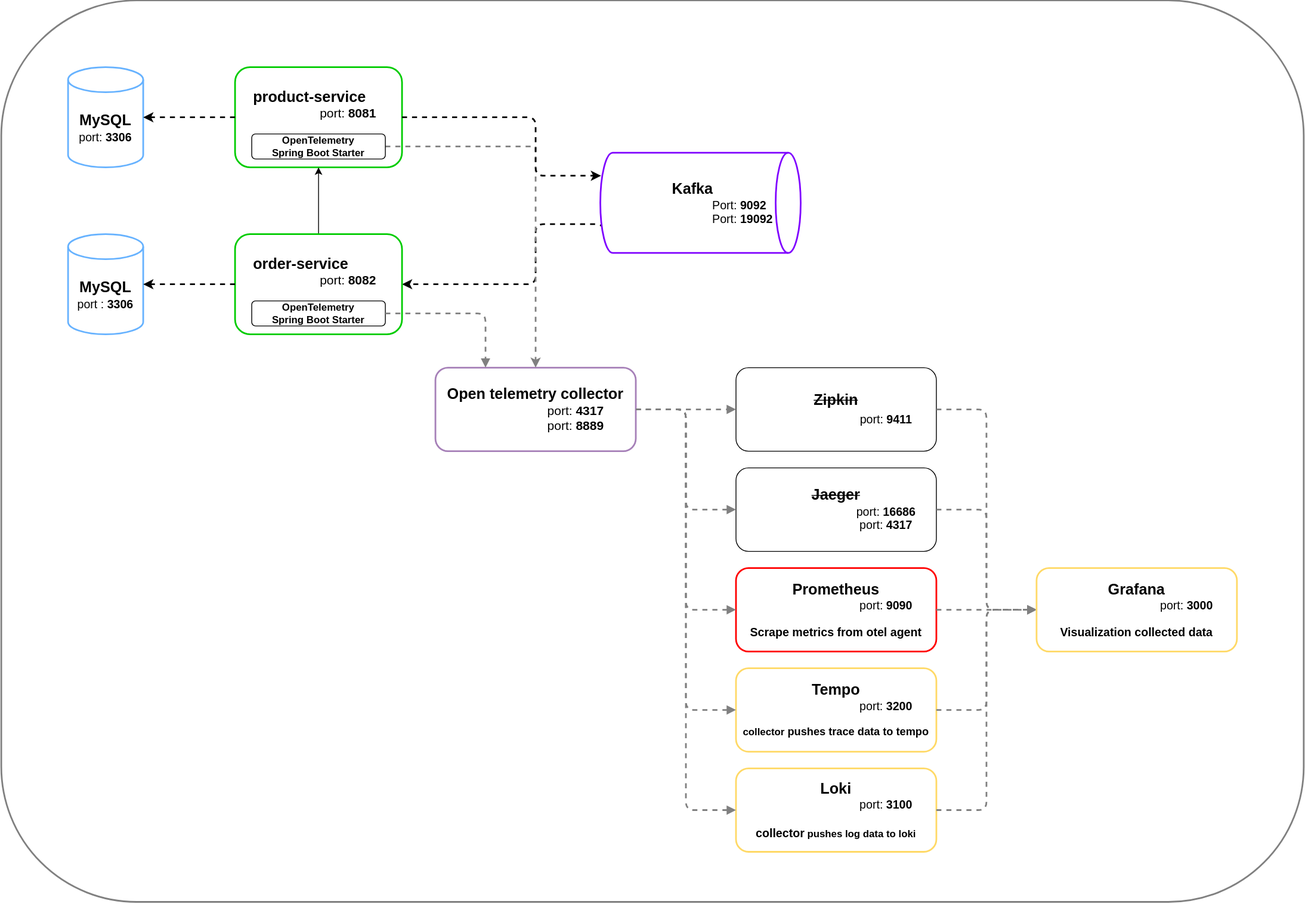
Earlier version of the draw.io export docs/diagram/diagram.svg (re-mora/spring-otel-tutorial). Source tidied: cells renumbered, new cells last; positions are measured from the earlier drawing's top-left corner, leaving out a move shared by most shapes.
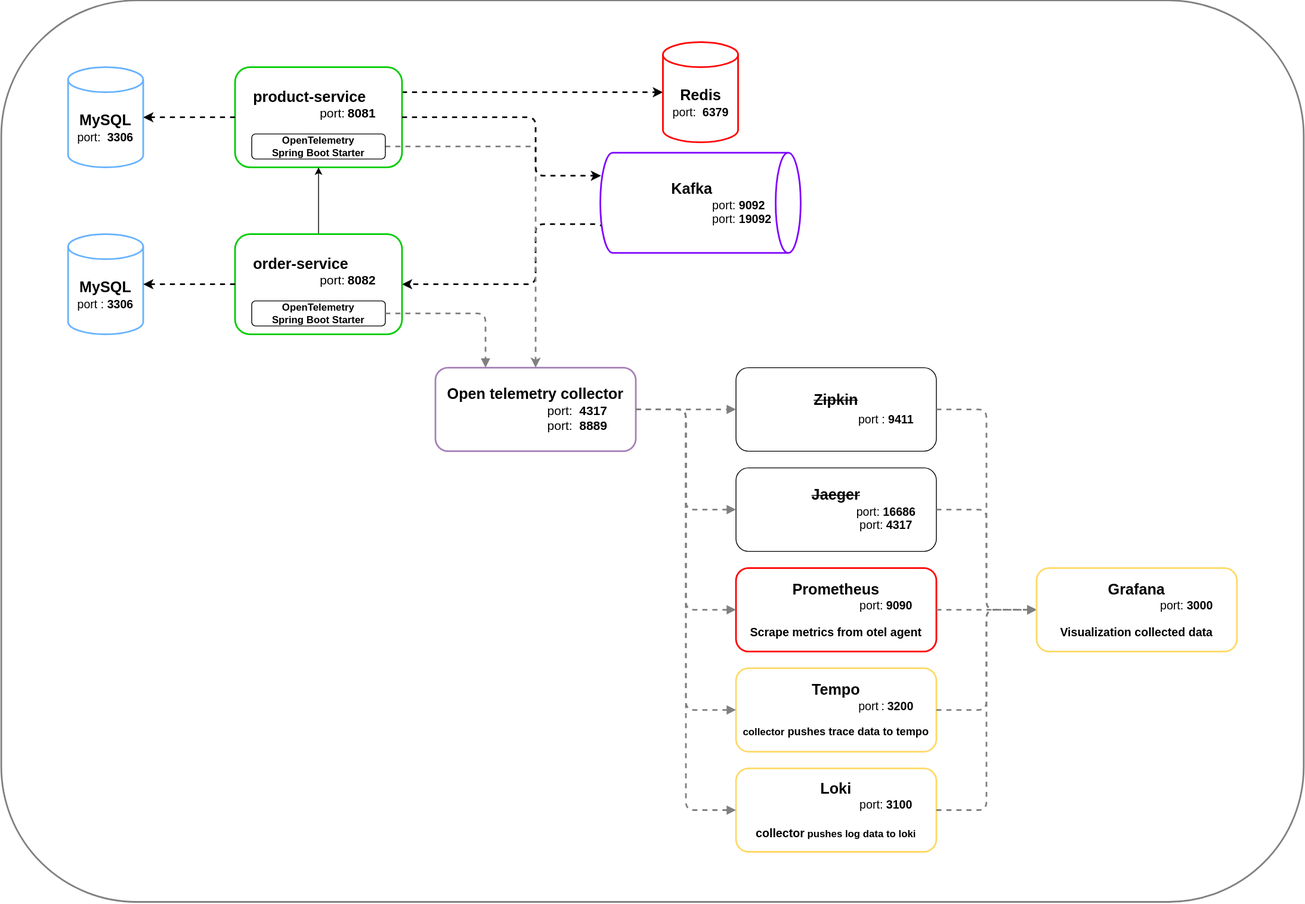
The same file after the commit.

Diff of the diagram source:
```diff
@@ -5,6 +5,9 @@
     <mxCell id="2" style="rounded=1;whiteSpace=wrap;html=1;strokeColor=#808080;strokeWidth=2;glass=0;shadow=0;" parent="1" vertex="1">
       <mxGeometry width="1560" height="1080" as="geometry" />
     </mxCell>
+    <mxCell id="38" style="edgeStyle=orthogonalEdgeStyle;rounded=0;jettySize=auto;html=1;exitX=1;exitY=0.25;exitDx=0;exitDy=0;dashed=1;strokeWidth=2;" parent="1" edge="1" source="3" target="41">
+      <mxGeometry relative="1" as="geometry" />
+    </mxCell>
     <mxCell id="3" style="rounded=1;whiteSpace=wrap;html=1;labelPosition=center;verticalLabelPosition=middle;align=center;verticalAlign=middle;gradientColor=none;strokeColor=#00CC00;strokeWidth=2;" parent="1" vertex="1">
       <mxGeometry x="280" y="80" width="200" height="120" as="geometry" />
     </mxCell>
@@ -59,12 +62,12 @@
     <mxCell id="20" style="endArrow=block;edgeStyle=orthogonalEdgeStyle;entryX=0;entryY=0.5;entryDx=0;entryDy=0;exitX=1;exitY=0.5;exitDx=0;exitDy=0;dashed=1;strokeWidth=2;strokeColor=#808080;" parent="1" edge="1" source="4" target="5">
       <mxGeometry relative="1" as="geometry" />
     </mxCell>
-    <mxCell id="21" style="edgeStyle=orthogonalEdgeStyle;rounded=0;orthogonalLoop=1;jettySize=auto;html=1;exitX=0.5;exitY=1;exitDx=0;exitDy=0;" parent="1" edge="1">
-      <mxGeometry relative="1" as="geometry">
-        <mxPoint x="870" y="272.5" as="sourcePoint" />
-        <mxPoint x="870" y="272.5" as="targetPoint" />
-      </mxGeometry>
-    </mxCell>
+    <mxCell id="39" style="edgeStyle=orthogonalEdgeStyle;rounded=0;orthogonalLoop=1;jettySize=auto;html=1;exitX=0.5;exitY=1;exitDx=0;exitDy=0;" parent="1" edge="1">
+      <mxGeometry relative="1" as="geometry">
+        <mxPoint x="870" y="272.5" as="sourcePoint" />
+        <mxPoint x="870" y="272.5" as="targetPoint" />
+      </mxGeometry>
+    </mxCell>
     <mxCell id="22" style="edgeStyle=orthogonalEdgeStyle;rounded=1;jettySize=auto;html=1;exitX=0.855;exitY=1;exitDx=0;exitDy=-4.35;exitPerimeter=0;entryX=1;entryY=0.5;entryDx=0;entryDy=0;dashed=1;curved=0;strokeWidth=2;strokeColor=#000000;" parent="1" edge="1" source="23" target="28">
       <mxGeometry relative="1" as="geometry">
         <Array as="points">
@@ -94,9 +97,9 @@
     <mxCell id="29" value="OpenTelemetry&lt;br&gt;Spring Boot Starter" style="rounded=1;whiteSpace=wrap;html=1;fontStyle=1;" parent="1" vertex="1">
       <mxGeometry x="300" y="360" width="160" height="30" as="geometry" />
     </mxCell>
-    <mxCell id="30" value="&lt;div style=&quot;text-align: center;&quot;&gt;&lt;b style=&quot;background-color: transparent; color: light-dark(rgb(0, 0, 0), rgb(255, 255, 255));&quot;&gt;&lt;font style=&quot;font-size: 18px;&quot;&gt;Kafka&lt;/font&gt;&lt;/b&gt;&lt;/div&gt;&lt;blockquote style=&quot;margin: 0 0 0 40px; border: none; padding: 0px;&quot;&gt;&lt;blockquote style=&quot;margin: 0 0 0 40px; border: none; padding: 0px;&quot;&gt;&lt;blockquote style=&quot;margin: 0 0 0 40px; border: none; padding: 0px;&quot;&gt;&lt;div&gt;&lt;font style=&quot;font-size: 14px;&quot;&gt;&lt;font style=&quot;&quot;&gt;Port: &lt;b&gt;9092&lt;/b&gt;&lt;/font&gt;&lt;/font&gt;&lt;/div&gt;&lt;/blockquote&gt;&lt;/blockquote&gt;&lt;blockquote style=&quot;margin: 0 0 0 40px; border: none; padding: 0px;&quot;&gt;&lt;blockquote style=&quot;margin: 0 0 0 40px; border: none; padding: 0px;&quot;&gt;&lt;div&gt;&lt;font style=&quot;font-size: 14px;&quot;&gt;&lt;font style=&quot;&quot;&gt;Port: &lt;b&gt;19092&lt;/b&gt;&lt;/font&gt;&lt;/font&gt;&lt;/div&gt;&lt;/blockquote&gt;&lt;/blockquote&gt;&lt;/blockquote&gt;" style="text;html=1;align=left;verticalAlign=middle;whiteSpace=wrap;rounded=0;" parent="1" vertex="1">
-      <mxGeometry x="730" y="197.5" width="200" height="90" as="geometry" />
-    </mxCell>
+    <mxCell id="40" value="&lt;div style=&quot;text-align: center;&quot;&gt;&lt;b style=&quot;background-color: transparent; color: light-dark(rgb(0, 0, 0), rgb(255, 255, 255));&quot;&gt;&lt;font style=&quot;font-size: 18px;&quot;&gt;Kafka&lt;/font&gt;&lt;/b&gt;&lt;/div&gt;&lt;blockquote style=&quot;margin: 0 0 0 40px; border: none; padding: 0px;&quot;&gt;&lt;blockquote style=&quot;margin: 0 0 0 40px; border: none; padding: 0px;&quot;&gt;&lt;blockquote style=&quot;margin: 0 0 0 40px; border: none; padding: 0px;&quot;&gt;&lt;div&gt;&lt;font style=&quot;font-size: 14px;&quot;&gt;&lt;font style=&quot;&quot;&gt;port: &lt;b&gt;9092&lt;/b&gt;&lt;/font&gt;&lt;/font&gt;&lt;/div&gt;&lt;/blockquote&gt;&lt;/blockquote&gt;&lt;blockquote style=&quot;margin: 0 0 0 40px; border: none; padding: 0px;&quot;&gt;&lt;blockquote style=&quot;margin: 0 0 0 40px; border: none; padding: 0px;&quot;&gt;&lt;div&gt;&lt;font style=&quot;font-size: 14px;&quot;&gt;&lt;font style=&quot;&quot;&gt;port: &lt;b&gt;19092&lt;/b&gt;&lt;/font&gt;&lt;/font&gt;&lt;/div&gt;&lt;/blockquote&gt;&lt;/blockquote&gt;&lt;/blockquote&gt;" style="text;html=1;align=left;verticalAlign=middle;whiteSpace=wrap;rounded=0;" parent="1" vertex="1">
+      <mxGeometry x="730" y="197.5" width="200" height="90" as="geometry" />
+    </mxCell>
     <mxCell id="31" style="endArrow=block;entryX=0.25;entryY=0;entryDx=0;entryDy=0;edgeStyle=orthogonalEdgeStyle;exitX=1;exitY=0.5;exitDx=0;exitDy=0;dashed=1;strokeWidth=2;strokeColor=#808080;" parent="1" edge="1" source="29" target="4">
       <mxGeometry relative="1" as="geometry" />
     </mxCell>
@@ -124,5 +127,8 @@
     <mxCell id="37" value="&lt;b&gt;&lt;font style=&quot;font-size: 18px;&quot;&gt;Grafana&lt;/font&gt;&lt;/b&gt;&lt;div&gt;&lt;blockquote style=&quot;margin: 0 0 0 40px; border: none; padding: 0px;&quot;&gt;&lt;blockquote style=&quot;margin: 0 0 0 40px; border: none; padding: 0px;&quot;&gt;&lt;blockquote style=&quot;margin: 0 0 0 40px; border: none; padding: 0px;&quot;&gt;&lt;div&gt;&lt;div&gt;&lt;font style=&quot;font-size: 14px;&quot;&gt;port: &lt;b style=&quot;&quot;&gt;3000&lt;/b&gt;&lt;/font&gt;&lt;/div&gt;&lt;/div&gt;&lt;/blockquote&gt;&lt;/blockquote&gt;&lt;/blockquote&gt;&lt;div&gt;&lt;div&gt;&lt;br&gt;&lt;font style=&quot;font-size: 14px;&quot;&gt;&lt;b style=&quot;&quot;&gt;Visualization collected data&lt;/b&gt;&lt;/font&gt;&lt;/div&gt;&lt;/div&gt;&lt;/div&gt;" style="rounded=1;whiteSpace=wrap;html=1;strokeColor=#FFD966;strokeWidth=2;" parent="1" vertex="1">
       <mxGeometry x="1240" y="680" width="240" height="100" as="geometry" />
     </mxCell>
+    <mxCell id="41" value="&lt;b&gt;&lt;span style=&quot;font-size: 18px;&quot;&gt;Redis&lt;/span&gt;&lt;br&gt;&lt;/b&gt;&lt;font style=&quot;font-size: 14px;&quot;&gt;port:&amp;nbsp;&lt;b style=&quot;&quot;&gt;6379&lt;/b&gt;&lt;/font&gt;" style="shape=cylinder3;whiteSpace=wrap;html=1;boundedLbl=1;backgroundOutline=1;size=15;strokeColor=#FF0000;strokeWidth=2;" parent="1" vertex="1">
+      <mxGeometry x="792.5" y="50" width="90" height="120" as="geometry" />
+    </mxCell>
   </root>
 </mxGraphModel>
```
